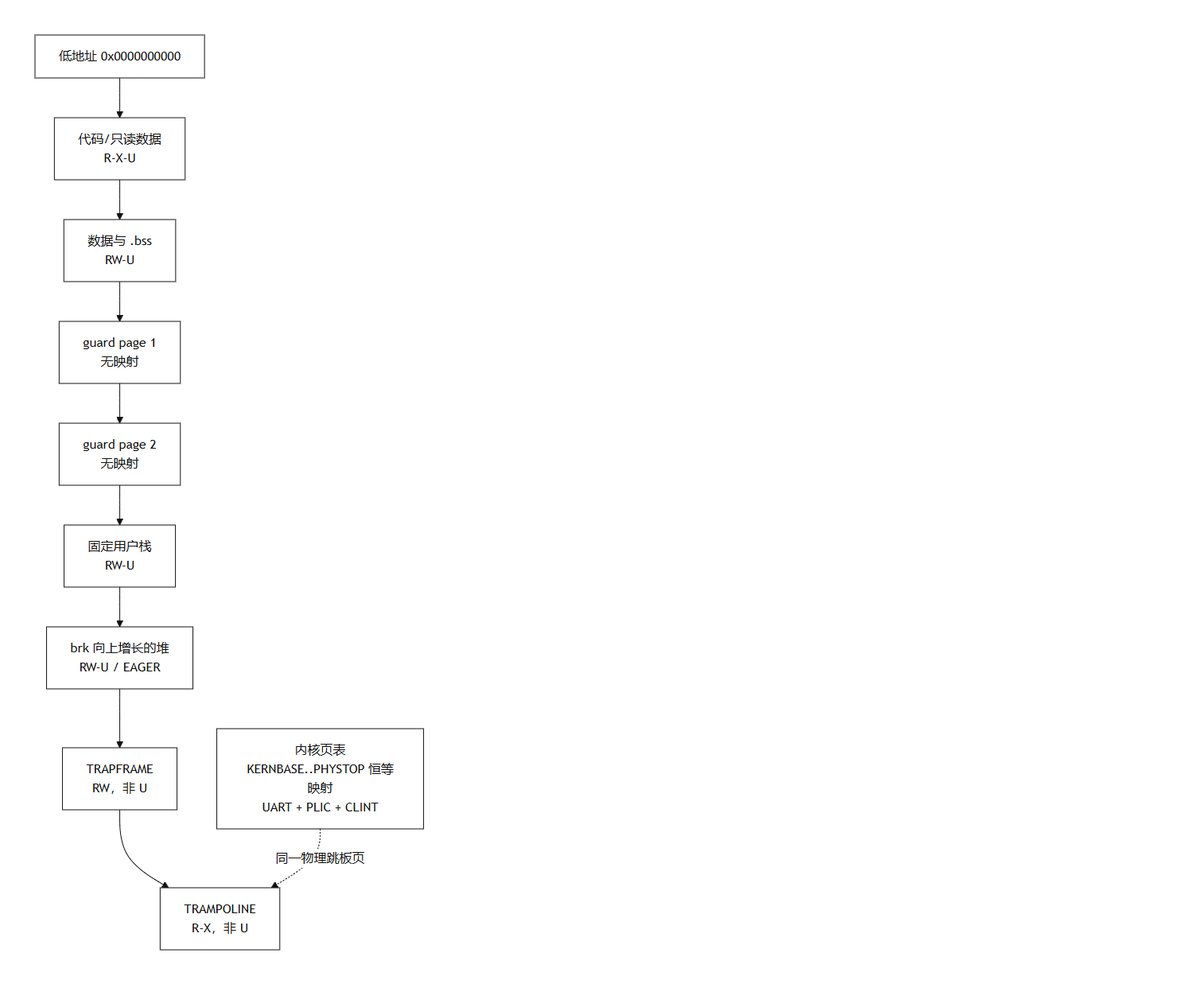
Earlier version of the Mermaid export doc/lab3/images/lab3-syscall-copy.png (hoyuand/2024302111427). Its source is kept beside it as doc/lab3/images/lab3-syscall-copy.mmd. Its diagram source:
```mermaid
sequenceDiagram
  participant U as 用户态
  participant TV as uservec / trapframe
  participant K as usertrap / syscall
  participant VM as walkaddr + copyin/out
  participant IO as UART/内核缓冲
  U->>TV: ecall，保存现场
  TV->>K: 切换 kernel satp，stvec=kernelvec
  K->>VM: 校验 V/U/W，逐页分段拷贝
  VM->>IO: 访问受控内核缓冲或外设
  IO-->>VM: 结果
  VM-->>K: 返回长度或 -1
  K->>TV: stvec=uservec，a0=satp
  TV-->>U: userret + sret
```
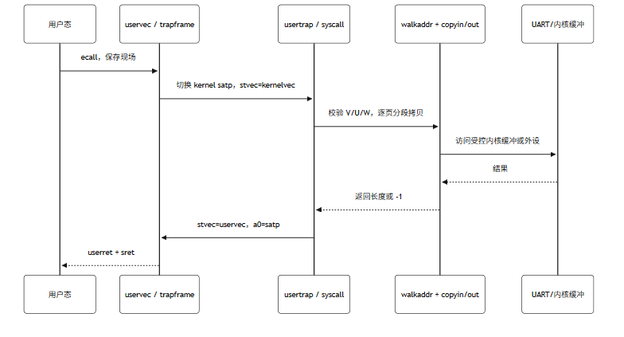
After the commit.

What changed in the source:
```diff
@@ -1,3 +1,4 @@
+%%{init: {"theme":"base","themeVariables":{"primaryColor":"#ffffff","primaryTextColor":"#111111","primaryBorderColor":"#111111","lineColor":"#111111","secondaryColor":"#ffffff","tertiaryColor":"#ffffff","actorBkg":"#ffffff","actorBorder":"#111111","actorTextColor":"#111111","signalColor":"#111111","signalTextColor":"#111111","noteBkgColor":"#ffffff","noteBorderColor":"#111111"}}}%%
 sequenceDiagram
   participant U as 用户态
   participant TV as uservec / trapframe
```
